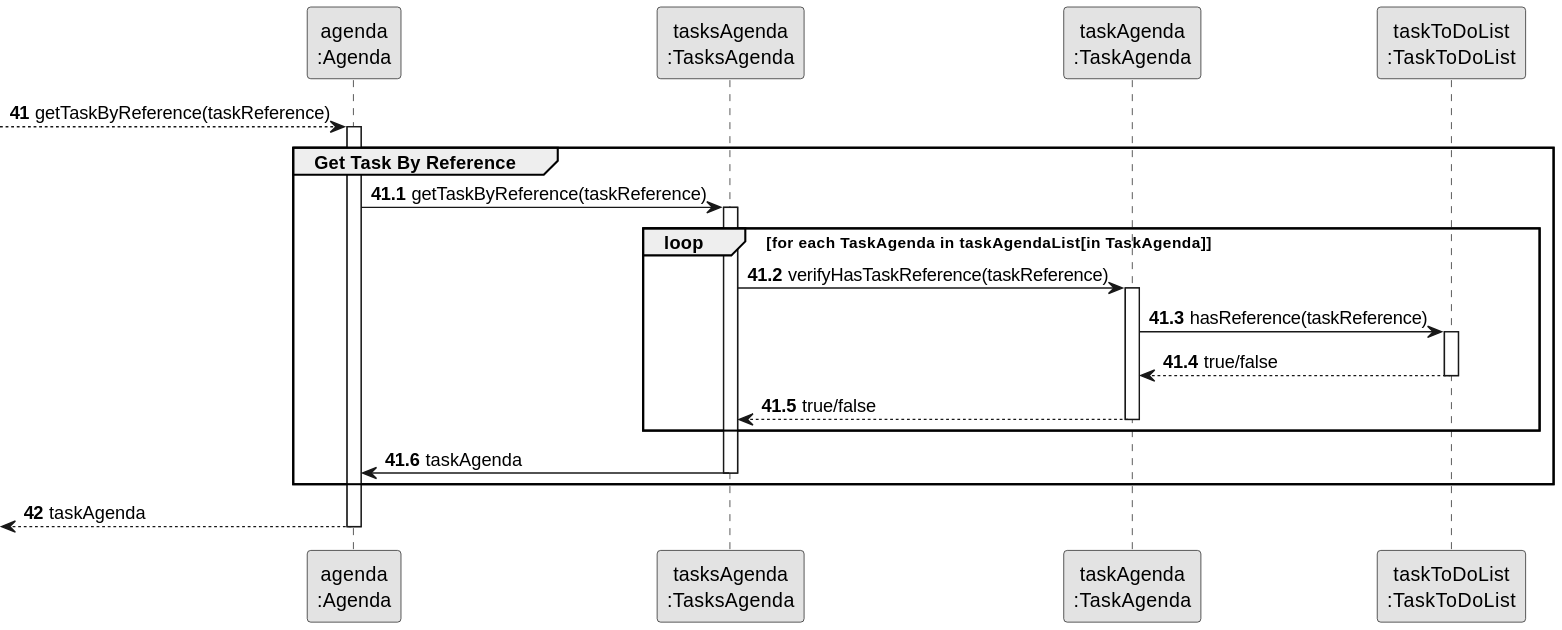
Departamento-de-Engenharia-Informatica/lei-24-s2-1db-g022 keeps this PlantUML diagram as docs/sprint3/us23/03.design/svg/us23-partial-sequence-diagram-get-task.svg. Above is the earlier version.
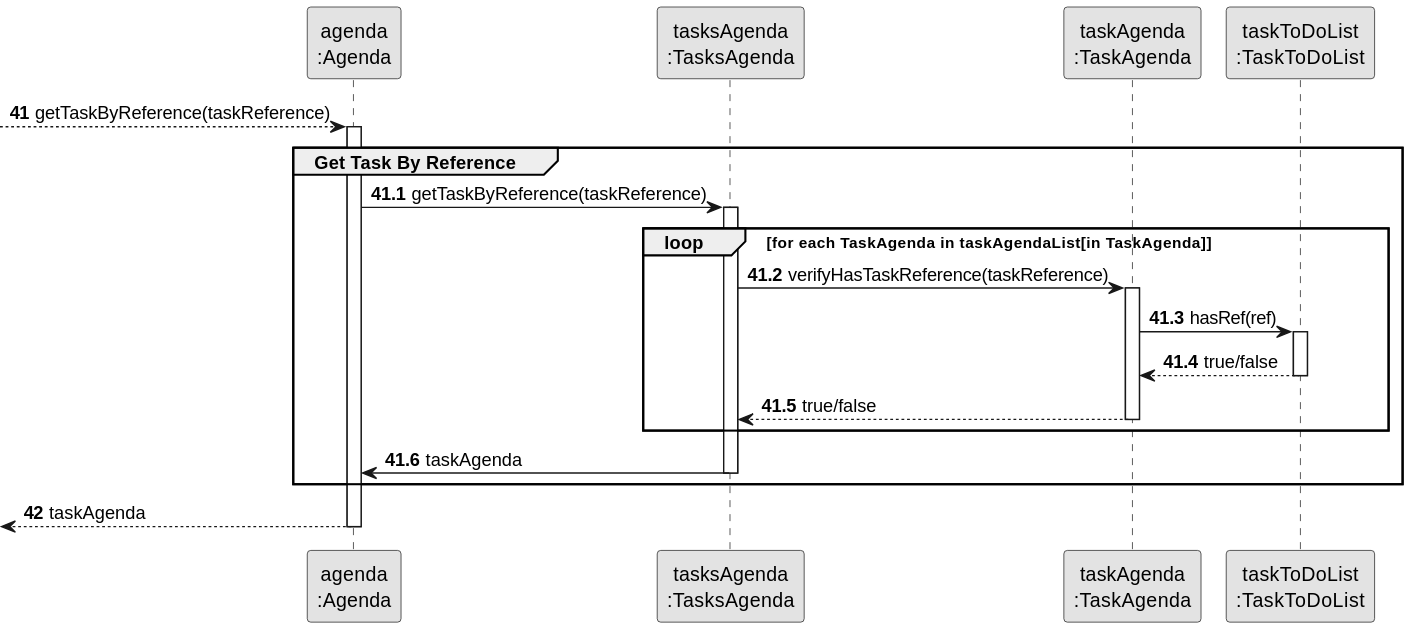
After the commit.

Change to the diagram source:
```diff
@@ -28,7 +28,7 @@
 
 activate TASK
 
-TASK -> TODO : hasReference(taskReference)
+TASK -> TODO : hasRef(ref)
 
 activate TODO
 
```
